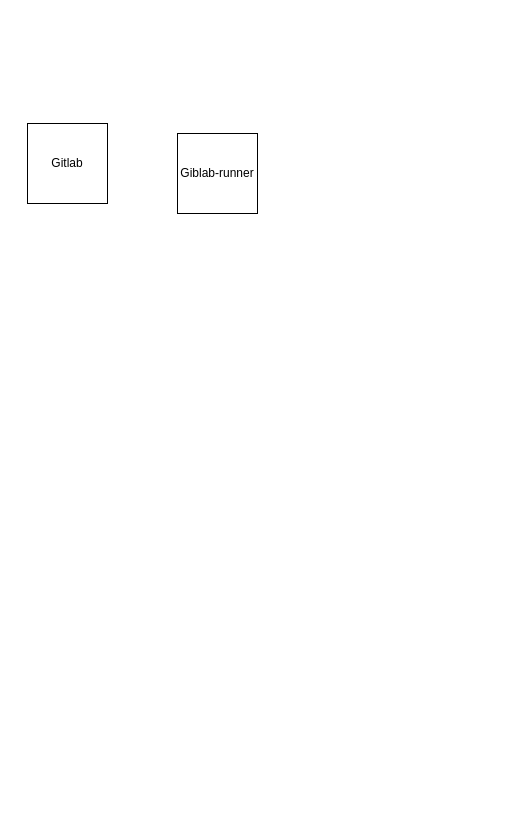
shower2013/shower2013.github.io keeps this draw.io diagram as Untitled Diagram.drawio. Above is the earlier version. Source tidied: cells renumbered, new cells numbered last; positions are measured from the earlier drawing's top-left corner, leaving out a move shared by most shapes. Both pictures are drawn from the tidied source at 100%, with x=0, y=0 at pixel (27, 123).
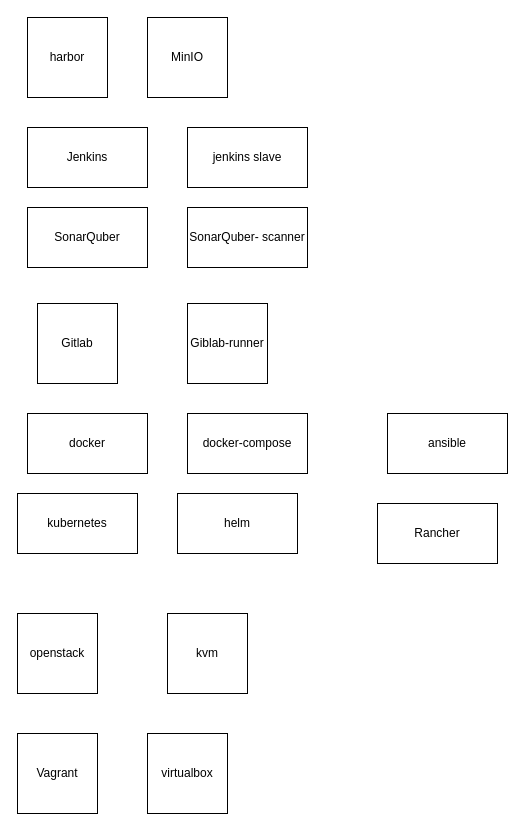
The same page after the edit.

What changed in the source:
```diff
@@
 <mxGraphModel>
   <root>
     <mxCell id="0" />
     <mxCell id="1" parent="0" />
     <mxCell id="2" value="Gitlab" style="whiteSpace=wrap;html=1;" parent="1" vertex="1">
-      <mxGeometry width="80" height="80" as="geometry" />
+      <mxGeometry x="10" y="180" width="80" height="80" as="geometry" />
     </mxCell>
     <mxCell id="3" value="Giblab-runner" style="whiteSpace=wrap;html=1;" parent="1" vertex="1">
-      <mxGeometry x="150" y="10" width="80" height="80" as="geometry" />
+      <mxGeometry x="160" y="180" width="80" height="80" as="geometry" />
     </mxCell>
+    <mxCell id="4" value="SonarQuber" style="rounded=0;whiteSpace=wrap;html=1;" parent="1" vertex="1">
+      <mxGeometry y="84" width="120" height="60" as="geometry" />
+    </mxCell>
+    <mxCell id="5" value="SonarQuber- scanner" style="rounded=0;whiteSpace=wrap;html=1;" parent="1" vertex="1">
+      <mxGeometry x="160" y="84" width="120" height="60" as="geometry" />
+    </mxCell>
+    <mxCell id="6" value="Rancher" style="rounded=0;whiteSpace=wrap;html=1;" parent="1" vertex="1">
+      <mxGeometry x="350" y="380" width="120" height="60" as="geometry" />
+    </mxCell>
+    <mxCell id="7" value="Jenkins" style="rounded=0;whiteSpace=wrap;html=1;" parent="1" vertex="1">
+      <mxGeometry y="4" width="120" height="60" as="geometry" />
+    </mxCell>
+    <mxCell id="8" value="jenkins slave" style="rounded=0;whiteSpace=wrap;html=1;" parent="1" vertex="1">
+      <mxGeometry x="160" y="4" width="120" height="60" as="geometry" />
+    </mxCell>
+    <mxCell id="9" value="docker" style="rounded=0;whiteSpace=wrap;html=1;" parent="1" vertex="1">
+      <mxGeometry y="290" width="120" height="60" as="geometry" />
+    </mxCell>
+    <mxCell id="10" value="docker-compose" style="rounded=0;whiteSpace=wrap;html=1;" parent="1" vertex="1">
+      <mxGeometry x="160" y="290" width="120" height="60" as="geometry" />
+    </mxCell>
+    <mxCell id="11" value="kubernetes" style="rounded=0;whiteSpace=wrap;html=1;" parent="1" vertex="1">
+      <mxGeometry x="-10" y="370" width="120" height="60" as="geometry" />
+    </mxCell>
+    <mxCell id="12" value="helm" style="rounded=0;whiteSpace=wrap;html=1;" parent="1" vertex="1">
+      <mxGeometry x="150" y="370" width="120" height="60" as="geometry" />
+    </mxCell>
+    <mxCell id="13" value="harbor" style="whiteSpace=wrap;html=1;" parent="1" vertex="1">
+      <mxGeometry y="-106" width="80" height="80" as="geometry" />
+    </mxCell>
+    <mxCell id="14" value="Vagrant" style="whiteSpace=wrap;html=1;" parent="1" vertex="1">
+      <mxGeometry x="-10" y="610" width="80" height="80" as="geometry" />
+    </mxCell>
+    <mxCell id="15" value="MinIO" style="whiteSpace=wrap;html=1;" parent="1" vertex="1">
+      <mxGeometry x="120" y="-106" width="80" height="80" as="geometry" />
+    </mxCell>
+    <mxCell id="16" value="virtualbox" style="whiteSpace=wrap;html=1;" parent="1" vertex="1">
+      <mxGeometry x="120" y="610" width="80" height="80" as="geometry" />
+    </mxCell>
+    <mxCell id="17" value="kvm" style="whiteSpace=wrap;html=1;" parent="1" vertex="1">
+      <mxGeometry x="140" y="490" width="80" height="80" as="geometry" />
+    </mxCell>
+    <mxCell id="18" value="openstack" style="whiteSpace=wrap;html=1;" parent="1" vertex="1">
+      <mxGeometry x="-10" y="490" width="80" height="80" as="geometry" />
+    </mxCell>
+    <mxCell id="19" value="ansible" style="rounded=0;whiteSpace=wrap;html=1;" parent="1" vertex="1">
+      <mxGeometry x="360" y="290" width="120" height="60" as="geometry" />
+    </mxCell>
   </root>
 </mxGraphModel>
```
